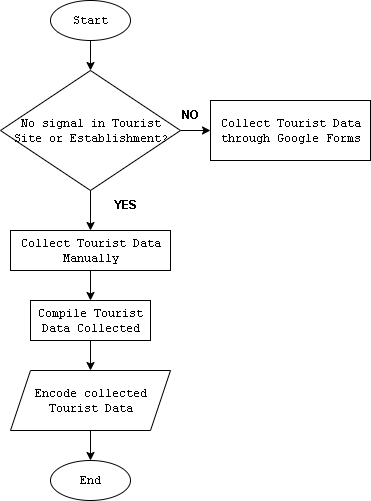
The draw.io diagram Deliverables/flowchart2.png in LittleEins/Thesis-Collab, before a commit. Source tidied: cells renumbered, new cells last; positions are measured from the earlier drawing's top-left corner, leaving out a move shared by most shapes.
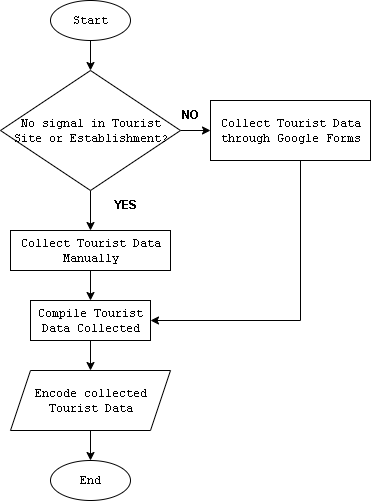
The same file after the commit.

The edit, as a diff of the source:
```diff
@@ -26,6 +26,13 @@
     <mxCell id="9" value="&lt;b&gt;YES&lt;/b&gt;" style="text;html=1;align=center;verticalAlign=middle;strokeColor=none;fillColor=none;" parent="1" vertex="1">
       <mxGeometry x="100" y="190" width="50" height="30" as="geometry" />
     </mxCell>
+    <mxCell id="17" style="edgeStyle=orthogonalEdgeStyle;rounded=0;jettySize=auto;html=1;entryX=1;entryY=0.5;entryDx=0;entryDy=0;" parent="1" edge="1" source="10" target="13">
+      <mxGeometry relative="1" as="geometry">
+        <Array as="points">
+          <mxPoint x="300" y="320" />
+        </Array>
+      </mxGeometry>
+    </mxCell>
     <mxCell id="10" value="Collect Tourist Data through Google Forms" style="whiteSpace=wrap;html=1;fontFamily=Courier New;spacingLeft=1;" parent="1" vertex="1">
       <mxGeometry x="210" y="100" width="160" height="60" as="geometry" />
     </mxCell>
```
